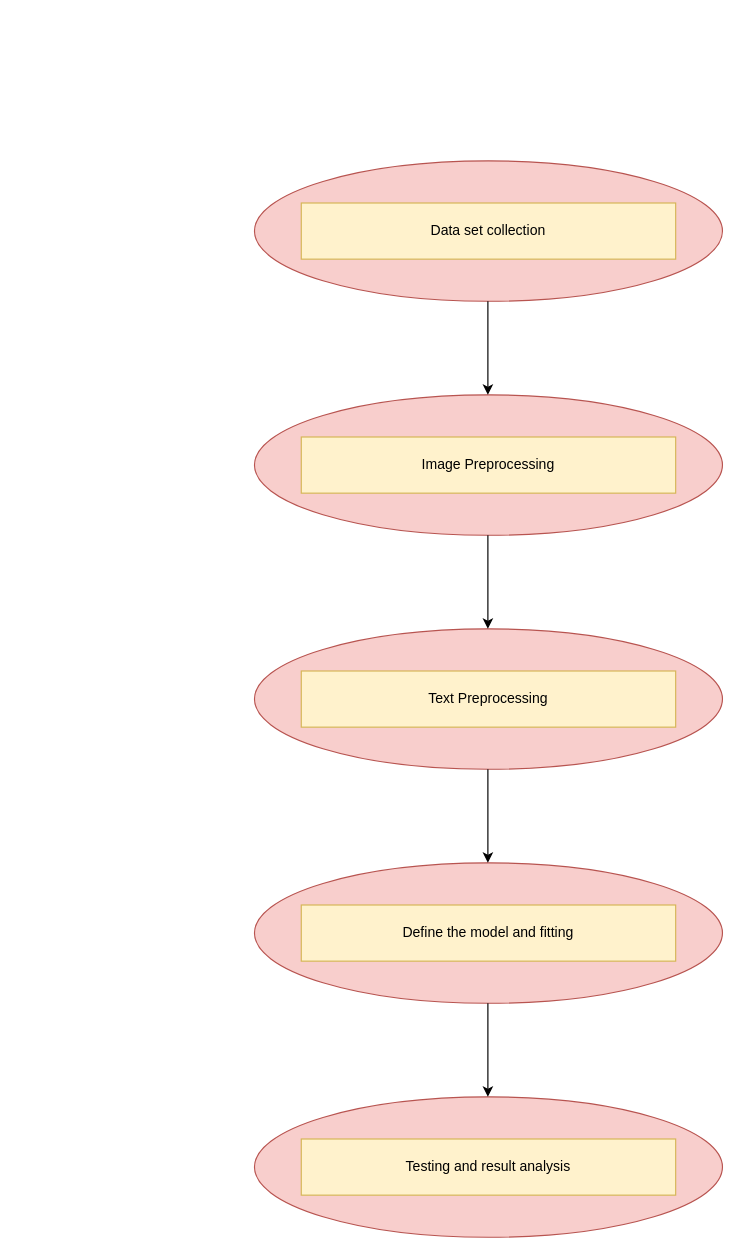
Before: Untitled Diagram.drawio in Kp270705/ML-Drawings, a draw.io diagram. Source tidied: cells renumbered, new cells numbered last; positions are measured from the earlier drawing's top-left corner, leaving out a move shared by most shapes. Both pictures are drawn from the tidied source at 117%, with x=0, y=0 at pixel (254, 160).
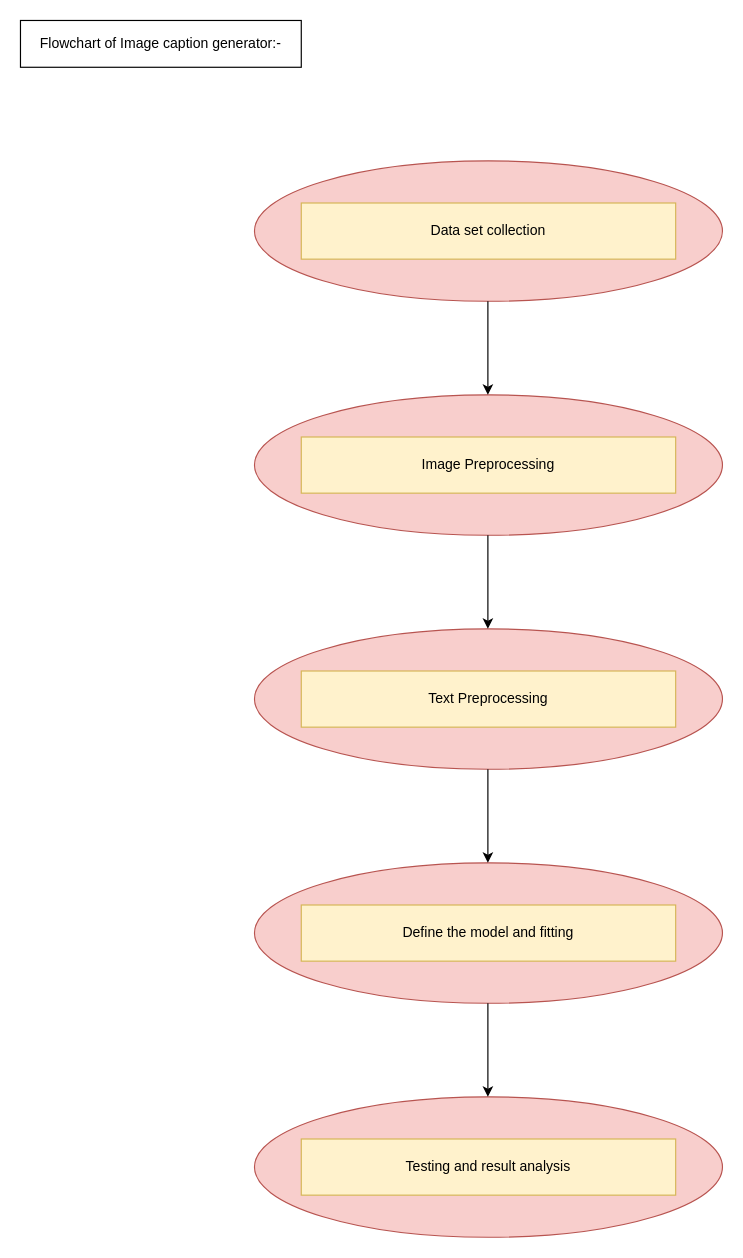
After the change.

What changed in the source:
```diff
@@
+    <mxCell id="21" value="Flowchart of Image caption generator:- " style="rounded=0;whiteSpace=wrap;html=1;" parent="1" vertex="1">
+      <mxGeometry x="-200" y="-120" width="240" height="40" as="geometry" />
+    </mxCell>
```
